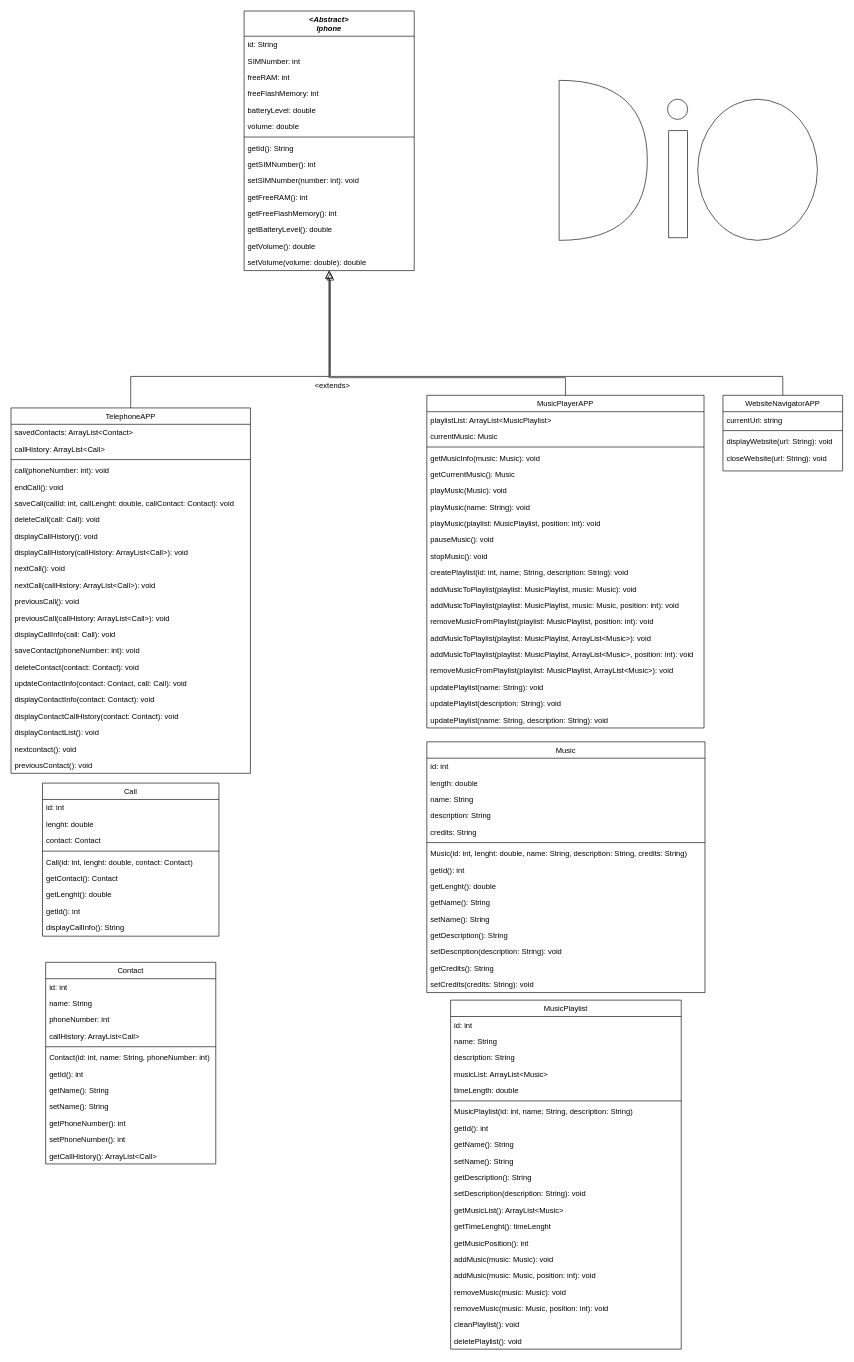
Earlier version of the draw.io diagram iphone.drawio (pedrogamedev/DIO-UMLIphone). Source tidied: cells renumbered, new cells numbered last; positions are measured from the earlier drawing's top-left corner, leaving out a move shared by most shapes. Both pictures are drawn from the tidied source at 63%, with x=0, y=0 at pixel (11, 11).
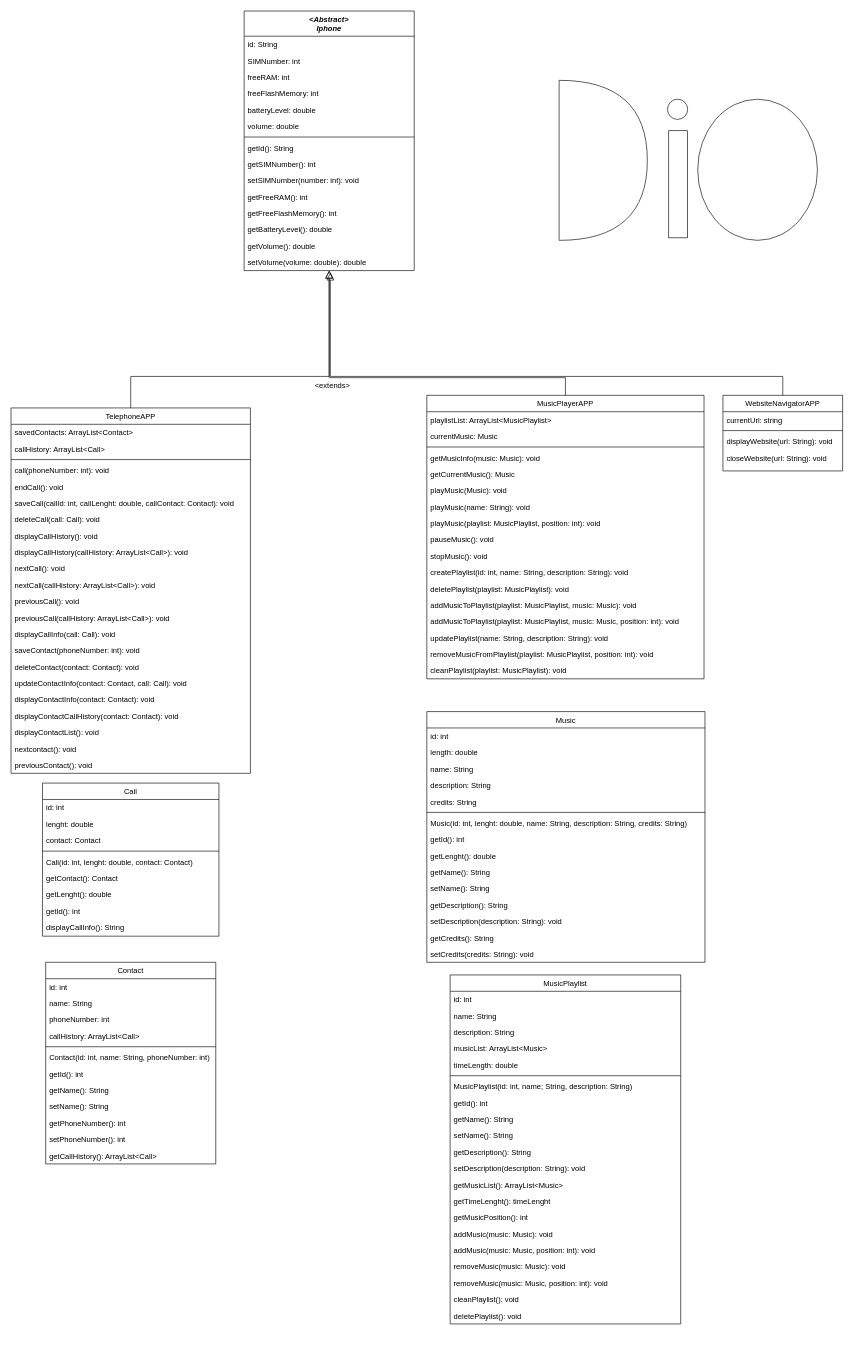
The same page after the edit.

Commit message:
final fixes (fr this time)

Diff of the diagram source:
```diff
@@
     <mxCell id="42" value="MusicPlayerAPP" style="swimlane;fontStyle=0;align=center;verticalAlign=top;horizontal=1;startSize=26;rounded=0;shadow=0;strokeWidth=1;" parent="1" vertex="1">
-      <mxGeometry x="660" y="610" width="440" height="528" as="geometry" />
+      <mxGeometry x="660" y="610" width="440" height="450" as="geometry" />
     </mxCell>
@@
-    <mxCell id="53" value="createPlaylist(id: int, name; String, description: String): void" style="text;align=left;verticalAlign=top;spacingLeft=4;spacingRight=4;overflow=hidden;" parent="42" vertex="1">
+    <mxCell id="53" value="createPlaylist(id: int, name: String, description: String): void" style="text;align=left;verticalAlign=top;spacingLeft=4;spacingRight=4;overflow=hidden;" parent="42" vertex="1">
       <mxGeometry y="268" width="440" height="26" as="geometry" />
     </mxCell>
+    <mxCell id="137" value="deletePlaylist(playlist: MusicPlaylist): void" style="text;align=left;verticalAlign=top;spacingLeft=4;spacingRight=4;overflow=hidden;" parent="42" vertex="1">
+      <mxGeometry y="294" width="440" height="26" as="geometry" />
+    </mxCell>
     <mxCell id="54" value="addMusicToPlaylist(playlist: MusicPlaylist, music: Music): void" style="text;align=left;verticalAlign=top;spacingLeft=4;spacingRight=4;overflow=hidden;" parent="42" vertex="1">
-      <mxGeometry y="294" width="440" height="26" as="geometry" />
+      <mxGeometry y="320" width="440" height="26" as="geometry" />
     </mxCell>
     <mxCell id="55" value="addMusicToPlaylist(playlist: MusicPlaylist, music: Music, position: int): void" style="text;align=left;verticalAlign=top;spacingLeft=4;spacingRight=4;overflow=hidden;" parent="42" vertex="1">
-      <mxGeometry y="320" width="440" height="26" as="geometry" />
+      <mxGeometry y="346" width="440" height="26" as="geometry" />
     </mxCell>
+    <mxCell id="60" value="updatePlaylist(name: String, description: String): void" style="text;align=left;verticalAlign=top;spacingLeft=4;spacingRight=4;overflow=hidden;" parent="42" vertex="1">
+      <mxGeometry y="372" width="440" height="26" as="geometry" />
+    </mxCell>
     <mxCell id="56" value="removeMusicFromPlaylist(playlist: MusicPlaylist, position: int): void" style="text;align=left;verticalAlign=top;spacingLeft=4;spacingRight=4;overflow=hidden;" parent="42" vertex="1">
-      <mxGeometry y="346" width="440" height="26" as="geometry" />
+      <mxGeometry y="398" width="440" height="26" as="geometry" />
     </mxCell>
-    <mxCell id="57" value="addMusicToPlaylist(playlist: MusicPlaylist, ArrayList&lt;Music&gt;): void" style="text;align=left;verticalAlign=top;spacingLeft=4;spacingRight=4;overflow=hidden;" parent="42" vertex="1">
-      <mxGeometry y="372" width="440" height="26" as="geometry" />
-    </mxCell>
-    <mxCell id="58" value="addMusicToPlaylist(playlist: MusicPlaylist, ArrayList&lt;Music&gt;, position: int): void" style="text;align=left;verticalAlign=top;spacingLeft=4;spacingRight=4;overflow=hidden;" parent="42" vertex="1">
-      <mxGeometry y="398" width="440" height="26" as="geometry" />
-    </mxCell>
-    <mxCell id="59" value="removeMusicFromPlaylist(playlist: MusicPlaylist, ArrayList&lt;Music&gt;): void" style="text;align=left;verticalAlign=top;spacingLeft=4;spacingRight=4;overflow=hidden;" parent="42" vertex="1">
-      <mxGeometry y="424" width="440" height="26" as="geometry" />
-    </mxCell>
-    <mxCell id="60" value="updatePlaylist(name: String): void" style="text;align=left;verticalAlign=top;spacingLeft=4;spacingRight=4;overflow=hidden;" parent="42" vertex="1">
-      <mxGeometry y="450" width="440" height="26" as="geometry" />
-    </mxCell>
-    <mxCell id="61" value="updatePlaylist(description: String): void" style="text;align=left;verticalAlign=top;spacingLeft=4;spacingRight=4;overflow=hidden;" parent="42" vertex="1">
-      <mxGeometry y="476" width="440" height="26" as="geometry" />
-    </mxCell>
-    <mxCell id="62" value="updatePlaylist(name: String, description: String): void" style="text;align=left;verticalAlign=top;spacingLeft=4;spacingRight=4;overflow=hidden;" parent="42" vertex="1">
-      <mxGeometry y="502" width="440" height="26" as="geometry" />
-    </mxCell>
+    <mxCell id="138" value="cleanPlaylist(playlist: MusicPlaylist): void" style="text;align=left;verticalAlign=top;spacingLeft=4;spacingRight=4;overflow=hidden;" parent="42" vertex="1">
+      <mxGeometry y="424" width="440" height="26" as="geometry" />
+    </mxCell>
@@
     <mxCell id="65" value="MusicPlaylist" style="swimlane;fontStyle=0;align=center;verticalAlign=top;horizontal=1;startSize=26;rounded=0;shadow=0;strokeWidth=1;" parent="1" vertex="1">
-      <mxGeometry x="697.8" y="1570" width="366" height="554" as="geometry" />
+      <mxGeometry x="697" y="1530" width="366" height="554" as="geometry" />
     </mxCell>
@@
     <mxCell id="87" value="Music" style="swimlane;fontStyle=0;align=center;verticalAlign=top;horizontal=1;startSize=26;rounded=0;shadow=0;strokeWidth=1;" parent="1" vertex="1">
-      <mxGeometry x="660" y="1160" width="441.5" height="398" as="geometry" />
+      <mxGeometry x="660" y="1112" width="441.5" height="398" as="geometry" />
     </mxCell>
```
